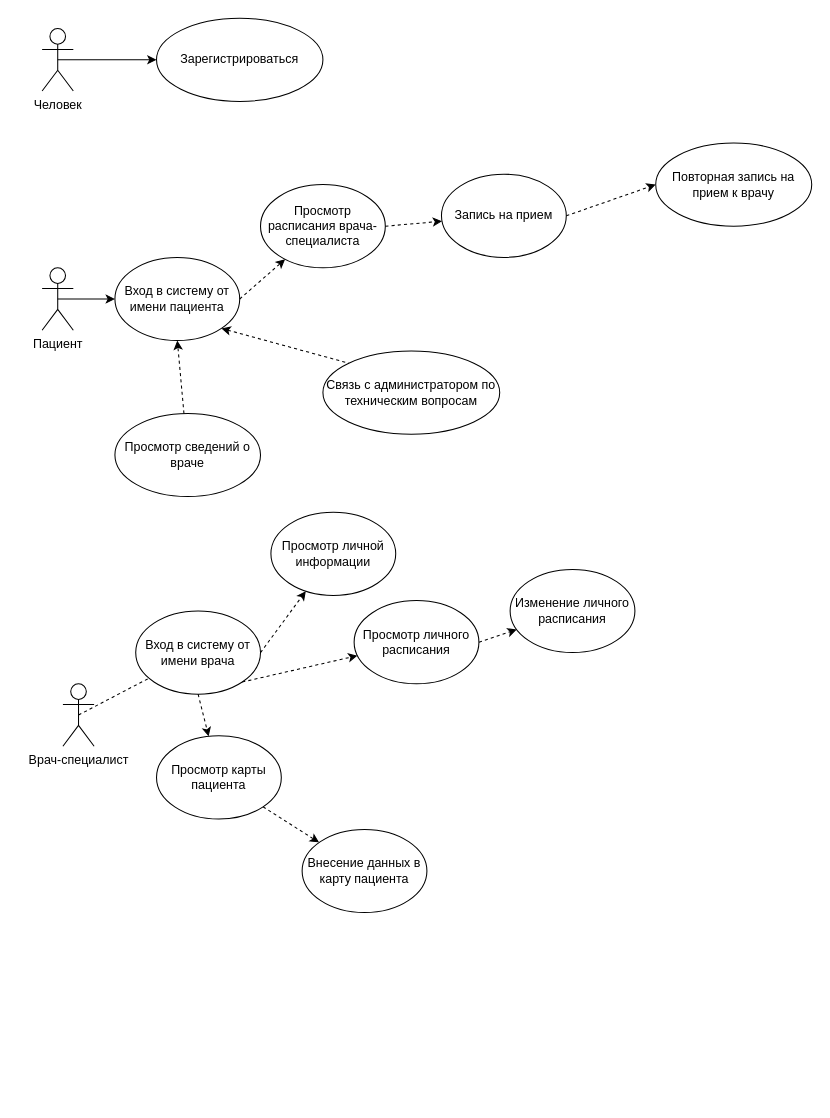
The draw.io diagram РиАТ_ДиаграммаВарИСп.drawio in VikaYakunina/lemongatorade, before the edit. Source tidied: cells renumbered, new cells numbered last; positions are measured from the earlier drawing's top-left corner, leaving out a move shared by most shapes. Both pictures are drawn from the tidied source at 104%, with x=0, y=0 at pixel (42, 18).
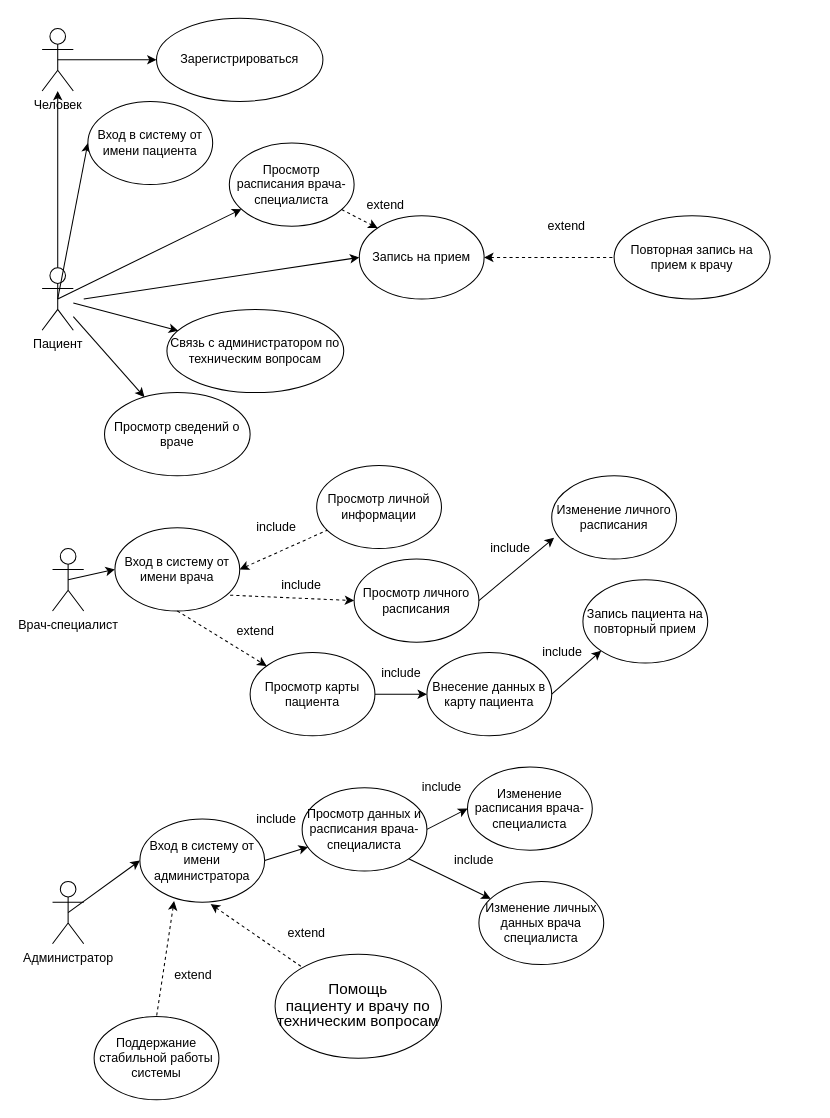
Above is the later version.

The change refers to these unchanged cells:
```xml
<mxCell id="2" value="Человек" style="shape=umlActor;verticalLabelPosition=bottom;verticalAlign=top;html=1;outlineConnect=0;" parent="1" vertex="1">
  <mxGeometry y="10" width="30" height="60" as="geometry" />
</mxCell>
<mxCell id="5" value="Пациент" style="shape=umlActor;verticalLabelPosition=bottom;verticalAlign=top;html=1;outlineConnect=0;" parent="1" vertex="1">
  <mxGeometry y="240" width="30" height="60" as="geometry" />
</mxCell>
```

Diff of the diagram source:
```diff
@@
     <mxCell id="7" value="Вход в систему от имени пациента" style="ellipse;whiteSpace=wrap;html=1;" parent="1" vertex="1">
-      <mxGeometry x="70" y="230" width="120" height="80" as="geometry" />
+      <mxGeometry x="44" y="80" width="120" height="80" as="geometry" />
     </mxCell>
-    <mxCell id="8" style="endArrow=classic;dashed=1;html=1;exitX=1;exitY=0.5;exitDx=0;exitDy=0;endFill=1;" parent="1" edge="1" source="7" target="9">
-      <mxGeometry relative="1" as="geometry" />
-    </mxCell>
     <mxCell id="9" value="Просмотр расписания врача-специалиста" style="ellipse;whiteSpace=wrap;html=1;" parent="1" vertex="1">
-      <mxGeometry x="210" y="160" width="120" height="80" as="geometry" />
+      <mxGeometry x="180" y="120" width="120" height="80" as="geometry" />
     </mxCell>
-    <mxCell id="10" style="endArrow=classic;dashed=1;html=1;exitX=1;exitY=0.5;exitDx=0;exitDy=0;endFill=1;" parent="1" edge="1" source="9" target="11">
-      <mxGeometry relative="1" as="geometry" />
-    </mxCell>
     <mxCell id="11" value="Запись на прием" style="ellipse;whiteSpace=wrap;html=1;" parent="1" vertex="1">
-      <mxGeometry x="384" y="150" width="120" height="80" as="geometry" />
+      <mxGeometry x="305" y="190" width="120" height="80" as="geometry" />
     </mxCell>
     <mxCell id="12" value="Просмотр сведений о враче&lt;br&gt;" style="ellipse;whiteSpace=wrap;html=1;" parent="1" vertex="1">
-      <mxGeometry x="70" y="380" width="140" height="80" as="geometry" />
+      <mxGeometry x="60" y="360" width="140" height="80" as="geometry" />
     </mxCell>
-    <mxCell id="13" style="endArrow=classic;dashed=1;html=1;entryX=0.5;entryY=1;entryDx=0;entryDy=0;endFill=1;" parent="1" edge="1" source="12" target="7">
-      <mxGeometry relative="1" as="geometry" />
-    </mxCell>
-    <mxCell id="14" style="endArrow=classic;dashed=1;html=1;exitX=1;exitY=0.5;exitDx=0;exitDy=0;entryX=0;entryY=0.5;entryDx=0;entryDy=0;endFill=1;" parent="1" edge="1" source="11" target="15">
-      <mxGeometry relative="1" as="geometry" />
-    </mxCell>
     <mxCell id="15" value="Повторная запись на прием к врачу" style="ellipse;whiteSpace=wrap;html=1;" parent="1" vertex="1">
-      <mxGeometry x="590" y="120" width="150" height="80" as="geometry" />
+      <mxGeometry x="550" y="190" width="150" height="80" as="geometry" />
     </mxCell>
     <mxCell id="16" value="Связь с администратором по техническим вопросам" style="ellipse;whiteSpace=wrap;html=1;" parent="1" vertex="1">
-      <mxGeometry x="270" y="320" width="170" height="80" as="geometry" />
+      <mxGeometry x="120" y="280" width="170" height="80" as="geometry" />
     </mxCell>
-    <mxCell id="17" style="endArrow=none;dashed=1;html=1;exitX=1;exitY=1;exitDx=0;exitDy=0;entryX=0;entryY=0;entryDx=0;entryDy=0;startArrow=classic;startFill=1;" parent="1" edge="1" source="7" target="16">
-      <mxGeometry relative="1" as="geometry" />
-    </mxCell>
     <mxCell id="18" value="Врач-специалист" style="shape=umlActor;verticalLabelPosition=bottom;verticalAlign=top;html=1;outlineConnect=0;" parent="1" vertex="1">
-      <mxGeometry x="20" y="640" width="30" height="60" as="geometry" />
+      <mxGeometry x="10" y="510" width="30" height="60" as="geometry" />
     </mxCell>
-    <mxCell id="19" style="endArrow=none;dashed=1;html=1;exitX=0.5;exitY=0.5;exitDx=0;exitDy=0;exitPerimeter=0;" parent="1" edge="1" source="18" target="20">
-      <mxGeometry relative="1" as="geometry" />
-    </mxCell>
     <mxCell id="20" value="Вход в систему от имени врача" style="ellipse;whiteSpace=wrap;html=1;" parent="1" vertex="1">
-      <mxGeometry x="90" y="570" width="120" height="80" as="geometry" />
+      <mxGeometry x="70" y="490" width="120" height="80" as="geometry" />
     </mxCell>
-    <mxCell id="21" style="endArrow=classic;dashed=1;html=1;exitX=1;exitY=0.5;exitDx=0;exitDy=0;endFill=1;" parent="1" edge="1" source="20" target="22">
+    <mxCell id="21" style="endArrow=none;dashed=1;html=1;exitX=1;exitY=0.5;exitDx=0;exitDy=0;endFill=0;startArrow=classic;startFill=1;" parent="1" edge="1" source="20" target="22">
       <mxGeometry relative="1" as="geometry" />
     </mxCell>
     <mxCell id="22" value="Просмотр личной информации" style="ellipse;whiteSpace=wrap;html=1;" parent="1" vertex="1">
-      <mxGeometry x="220" y="475" width="120" height="80" as="geometry" />
+      <mxGeometry x="264" y="430" width="120" height="80" as="geometry" />
     </mxCell>
@@
     <mxCell id="24" value="Просмотр карты пациента" style="ellipse;whiteSpace=wrap;html=1;" parent="1" vertex="1">
-      <mxGeometry x="110" y="690" width="120" height="80" as="geometry" />
+      <mxGeometry x="200" y="610" width="120" height="80" as="geometry" />
     </mxCell>
+    <mxCell id="26" value="Внесение данных в карту пациента" style="ellipse;whiteSpace=wrap;html=1;" parent="1" vertex="1">
+      <mxGeometry x="370" y="610" width="120" height="80" as="geometry" />
+    </mxCell>
+    <mxCell id="28" value="Просмотр личного расписания" style="ellipse;whiteSpace=wrap;html=1;" parent="1" vertex="1">
+      <mxGeometry x="300" y="520" width="120" height="80" as="geometry" />
+    </mxCell>
+    <mxCell id="30" value="Изменение личного расписания" style="ellipse;whiteSpace=wrap;html=1;" parent="1" vertex="1">
+      <mxGeometry x="490" y="440" width="120" height="80" as="geometry" />
+    </mxCell>
+    <mxCell id="31" value="Запись пациента на повторный прием" style="ellipse;whiteSpace=wrap;html=1;" parent="1" vertex="1">
+      <mxGeometry x="520" y="540" width="120" height="80" as="geometry" />
+    </mxCell>
+    <mxCell id="32" value="Администратор" style="shape=umlActor;verticalLabelPosition=bottom;verticalAlign=top;html=1;outlineConnect=0;" parent="1" vertex="1">
+      <mxGeometry x="10" y="830" width="30" height="60" as="geometry" />
+    </mxCell>
+    <mxCell id="33" value="Вход в систему от имени администратора" style="ellipse;whiteSpace=wrap;html=1;" parent="1" vertex="1">
+      <mxGeometry x="94" y="770" width="120" height="80" as="geometry" />
+    </mxCell>
+    <mxCell id="19" style="endArrow=classic;html=1;exitX=0.5;exitY=0.5;exitDx=0;exitDy=0;exitPerimeter=0;entryX=0;entryY=0.5;entryDx=0;entryDy=0;" parent="1" edge="1" source="18" target="20">
+      <mxGeometry relative="1" as="geometry" />
+    </mxCell>
+    <mxCell id="34" style="endArrow=classic;html=1;entryX=0;entryY=0.5;entryDx=0;entryDy=0;" parent="1" edge="1" target="11">
+      <mxGeometry relative="1" as="geometry">
+        <mxPoint x="40" y="270" as="sourcePoint" />
+      </mxGeometry>
+    </mxCell>
+    <mxCell id="29" style="endArrow=classic;html=1;entryX=0.019;entryY=0.746;entryDx=0;entryDy=0;entryPerimeter=0;exitX=1;exitY=0.5;exitDx=0;exitDy=0;" parent="1" edge="1" source="28" target="30">
+      <mxGeometry relative="1" as="geometry" />
+    </mxCell>
+    <mxCell id="27" style="endArrow=classic;dashed=1;html=1;exitX=0.923;exitY=0.81;exitDx=0;exitDy=0;exitPerimeter=0;entryX=0;entryY=0.5;entryDx=0;entryDy=0;endFill=1;" parent="1" edge="1" source="20" target="28">
+      <mxGeometry relative="1" as="geometry" />
+    </mxCell>
-    <mxCell id="25" style="endArrow=classic;dashed=1;html=1;exitX=1;exitY=1;exitDx=0;exitDy=0;endFill=1;" parent="1" edge="1" source="24" target="26">
+    <mxCell id="25" style="endArrow=classic;html=1;entryX=0;entryY=0.5;entryDx=0;entryDy=0;" parent="1" edge="1" source="24" target="26">
       <mxGeometry relative="1" as="geometry" />
     </mxCell>
-    <mxCell id="26" value="Внесение данных в карту пациента" style="ellipse;whiteSpace=wrap;html=1;" parent="1" vertex="1">
-      <mxGeometry x="250" y="780" width="120" height="80" as="geometry" />
-    </mxCell>
-    <mxCell id="27" style="endArrow=classic;dashed=1;html=1;exitX=1;exitY=1;exitDx=0;exitDy=0;endFill=1;" parent="1" edge="1" source="20" target="28">
-      <mxGeometry relative="1" as="geometry" />
-    </mxCell>
-    <mxCell id="28" value="Просмотр личного расписания" style="ellipse;whiteSpace=wrap;html=1;" parent="1" vertex="1">
-      <mxGeometry x="300" y="560" width="120" height="80" as="geometry" />
-    </mxCell>
-    <mxCell id="29" style="endArrow=classic;dashed=1;html=1;exitX=1;exitY=0.5;exitDx=0;exitDy=0;endFill=1;" parent="1" edge="1" source="28" target="30">
-      <mxGeometry relative="1" as="geometry" />
-    </mxCell>
-    <mxCell id="30" value="Изменение личного расписания" style="ellipse;whiteSpace=wrap;html=1;" parent="1" vertex="1">
-      <mxGeometry x="450" y="530" width="120" height="80" as="geometry" />
-    </mxCell>
+    <mxCell id="35" style="endArrow=classic;html=1;entryX=0;entryY=1;entryDx=0;entryDy=0;exitX=1;exitY=0.5;exitDx=0;exitDy=0;" parent="1" edge="1" source="26" target="31">
+      <mxGeometry relative="1" as="geometry" />
+    </mxCell>
+    <mxCell id="36" style="endArrow=classic;html=1;exitX=0.5;exitY=0.5;exitDx=0;exitDy=0;exitPerimeter=0;entryX=0;entryY=0.5;entryDx=0;entryDy=0;" parent="1" edge="1" source="32" target="33">
+      <mxGeometry relative="1" as="geometry" />
+    </mxCell>
+    <mxCell id="37" style="endArrow=classic;html=1;exitX=1;exitY=0.5;exitDx=0;exitDy=0;" parent="1" edge="1" source="33" target="38">
+      <mxGeometry relative="1" as="geometry" />
+    </mxCell>
+    <mxCell id="38" value="Просмотр данных и расписания врача-специалиста" style="ellipse;whiteSpace=wrap;html=1;" parent="1" vertex="1">
+      <mxGeometry x="250" y="740" width="120" height="80" as="geometry" />
+    </mxCell>
+    <mxCell id="39" style="endArrow=classic;html=1;exitX=1;exitY=0.5;exitDx=0;exitDy=0;entryX=0;entryY=0.5;entryDx=0;entryDy=0;" parent="1" edge="1" source="38" target="40">
+      <mxGeometry relative="1" as="geometry" />
+    </mxCell>
+    <mxCell id="40" value="Изменение расписания врача-специалиста" style="ellipse;whiteSpace=wrap;html=1;" parent="1" vertex="1">
+      <mxGeometry x="409" y="720" width="120" height="80" as="geometry" />
+    </mxCell>
+    <mxCell id="41" style="endArrow=none;dashed=1;html=1;exitX=0.567;exitY=1.023;exitDx=0;exitDy=0;exitPerimeter=0;startArrow=classic;startFill=1;" parent="1" edge="1" source="33" target="42">
+      <mxGeometry relative="1" as="geometry" />
+    </mxCell>
+    <mxCell id="42" value="&lt;span style=&quot;font-size: 11.0pt ; line-height: 107% ; font-family: &amp;#34;calibri&amp;#34; , sans-serif&quot;&gt;Помощь&lt;br&gt;пациенту и врачу по техническим вопросам&lt;/span&gt;" style="ellipse;whiteSpace=wrap;html=1;" parent="1" vertex="1">
+      <mxGeometry x="224" y="900" width="160" height="100" as="geometry" />
+    </mxCell>
+    <mxCell id="43" value="Изменение личных данных врача специалиста" style="ellipse;whiteSpace=wrap;html=1;" parent="1" vertex="1">
+      <mxGeometry x="420" y="830" width="120" height="80" as="geometry" />
+    </mxCell>
+    <mxCell id="44" style="endArrow=classic;html=1;exitX=1;exitY=1;exitDx=0;exitDy=0;" parent="1" edge="1" source="38" target="43">
+      <mxGeometry relative="1" as="geometry" />
+    </mxCell>
+    <mxCell id="45" style="endArrow=none;dashed=1;html=1;exitX=0.274;exitY=0.985;exitDx=0;exitDy=0;exitPerimeter=0;startArrow=classic;startFill=1;entryX=0.5;entryY=0;entryDx=0;entryDy=0;" parent="1" edge="1" source="33" target="46">
+      <mxGeometry relative="1" as="geometry" />
+    </mxCell>
+    <mxCell id="46" value="Поддержание стабильной работы системы" style="ellipse;whiteSpace=wrap;html=1;" parent="1" vertex="1">
+      <mxGeometry x="50" y="960" width="120" height="80" as="geometry" />
+    </mxCell>
+    <mxCell id="47" style="endArrow=none;html=1;entryX=0.5;entryY=0;entryDx=0;entryDy=0;entryPerimeter=0;startArrow=classic;startFill=1;endFill=0;" parent="1" edge="1" source="2" target="5">
+      <mxGeometry relative="1" as="geometry" />
+    </mxCell>
+    <mxCell id="48" value="extend" style="text;html=1;align=center;verticalAlign=middle;fillColor=none;strokeColor=none;rounded=0;" parent="1" vertex="1">
+      <mxGeometry x="305" y="170" width="50" height="20" as="geometry" />
+    </mxCell>
+    <mxCell id="49" value="extend" style="text;html=1;align=center;verticalAlign=middle;fillColor=none;strokeColor=none;rounded=0;" parent="1" vertex="1">
+      <mxGeometry x="180" y="580" width="50" height="20" as="geometry" />
+    </mxCell>
+    <mxCell id="50" value="include" style="text;html=1;align=center;verticalAlign=middle;fillColor=none;strokeColor=none;rounded=0;" parent="1" vertex="1">
+      <mxGeometry x="425" y="500" width="50" height="20" as="geometry" />
+    </mxCell>
+    <mxCell id="51" value="include" style="text;html=1;align=center;verticalAlign=middle;fillColor=none;strokeColor=none;rounded=0;" parent="1" vertex="1">
+      <mxGeometry x="475" y="600" width="50" height="20" as="geometry" />
+    </mxCell>
+    <mxCell id="52" value="include" style="text;html=1;align=center;verticalAlign=middle;fillColor=none;strokeColor=none;rounded=0;" parent="1" vertex="1">
+      <mxGeometry x="320" y="620" width="50" height="20" as="geometry" />
+    </mxCell>
+    <mxCell id="53" value="extend" style="text;html=1;align=center;verticalAlign=middle;fillColor=none;strokeColor=none;rounded=0;" parent="1" vertex="1">
+      <mxGeometry x="229" y="870" width="50" height="20" as="geometry" />
+    </mxCell>
+    <mxCell id="54" value="extend" style="text;html=1;align=center;verticalAlign=middle;fillColor=none;strokeColor=none;rounded=0;" parent="1" vertex="1">
+      <mxGeometry x="120" y="910" width="50" height="20" as="geometry" />
+    </mxCell>
+    <mxCell id="55" value="include" style="text;html=1;align=center;verticalAlign=middle;fillColor=none;strokeColor=none;rounded=0;" parent="1" vertex="1">
+      <mxGeometry x="359" y="730" width="50" height="20" as="geometry" />
+    </mxCell>
+    <mxCell id="56" value="include" style="text;html=1;align=center;verticalAlign=middle;fillColor=none;strokeColor=none;rounded=0;" parent="1" vertex="1">
+      <mxGeometry x="390" y="800" width="50" height="20" as="geometry" />
+    </mxCell>
+    <mxCell id="57" value="include" style="text;html=1;align=center;verticalAlign=middle;fillColor=none;strokeColor=none;rounded=0;" parent="1" vertex="1">
+      <mxGeometry x="200" y="760" width="50" height="20" as="geometry" />
+    </mxCell>
+    <mxCell id="58" value="include" style="text;html=1;align=center;verticalAlign=middle;fillColor=none;strokeColor=none;rounded=0;" parent="1" vertex="1">
+      <mxGeometry x="200" y="480" width="50" height="20" as="geometry" />
+    </mxCell>
+    <mxCell id="59" value="include" style="text;html=1;align=center;verticalAlign=middle;fillColor=none;strokeColor=none;rounded=0;" parent="1" vertex="1">
+      <mxGeometry x="224" y="535" width="50" height="20" as="geometry" />
+    </mxCell>
+    <mxCell id="60" style="endArrow=classic;html=1;exitX=0.5;exitY=0.5;exitDx=0;exitDy=0;exitPerimeter=0;" parent="1" edge="1" source="5" target="9">
+      <mxGeometry relative="1" as="geometry" />
+    </mxCell>
+    <mxCell id="10" style="endArrow=classic;dashed=1;html=1;entryX=0;entryY=0;entryDx=0;entryDy=0;endFill=1;" parent="1" edge="1" source="9" target="11">
+      <mxGeometry relative="1" as="geometry" />
+    </mxCell>
+    <mxCell id="14" style="endArrow=none;dashed=1;html=1;entryX=0;entryY=0.5;entryDx=0;entryDy=0;exitX=1;exitY=0.5;exitDx=0;exitDy=0;endFill=0;startArrow=classic;startFill=1;" parent="1" edge="1" source="11" target="15">
+      <mxGeometry relative="1" as="geometry" />
+    </mxCell>
+    <mxCell id="61" value="extend" style="text;html=1;align=center;verticalAlign=middle;fillColor=none;strokeColor=none;rounded=0;" parent="1" vertex="1">
+      <mxGeometry x="479" y="190" width="50" height="20" as="geometry" />
+    </mxCell>
+    <mxCell id="62" style="endArrow=none;html=1;endFill=0;startArrow=classic;startFill=1;" parent="1" edge="1" source="12" target="5">
+      <mxGeometry relative="1" as="geometry" />
+    </mxCell>
+    <mxCell id="63" style="endArrow=classic;html=1;" parent="1" edge="1" source="5" target="16">
+      <mxGeometry relative="1" as="geometry" />
+    </mxCell>
```
